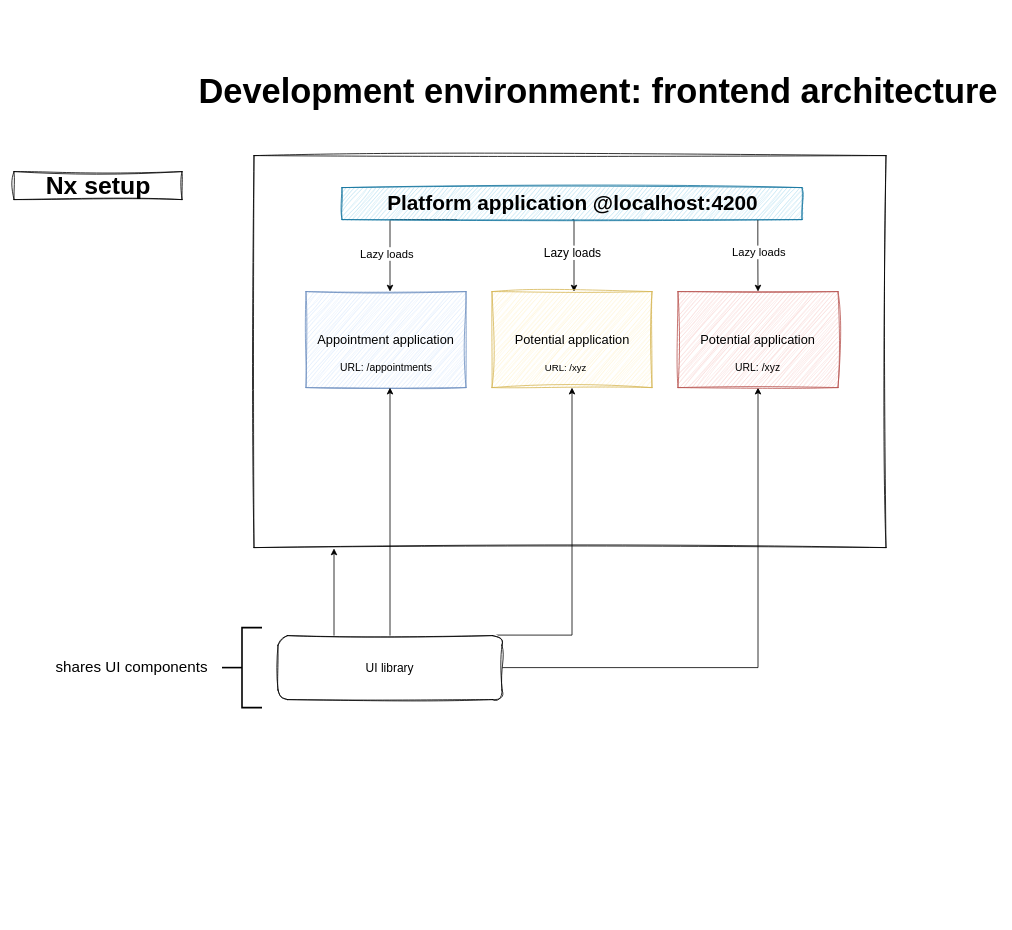
Eliasdb/eDB keeps this draw.io diagram as diagrams/frontend-setup.drawio. Above is the earlier version. Source tidied: cells renumbered, new cells numbered last; positions are measured from the earlier drawing's top-left corner, leaving out a move shared by most shapes. Both pictures are drawn from the tidied source at 80%, with x=0, y=0 at pixel (14, 75).
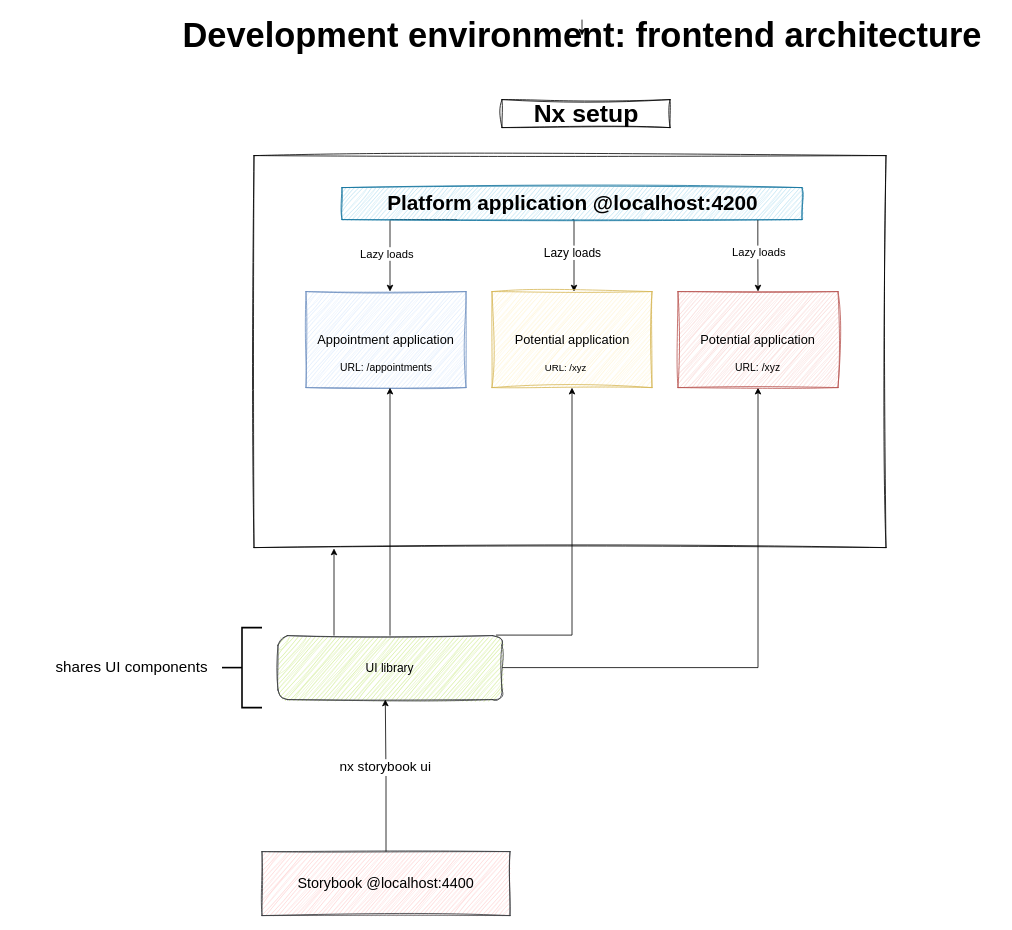
Above is the later version.

Commit message:
added storybook to architecture diagram

Diff of the diagram source:
```diff
@@
+    <mxCell id="25" style="edgeStyle=orthogonalEdgeStyle;rounded=0;jettySize=auto;html=1;exitX=0.5;exitY=0;exitDx=0;exitDy=0;" parent="1" edge="1" source="3">
+      <mxGeometry relative="1" as="geometry">
+        <mxPoint x="710" y="-50" as="targetPoint" />
+      </mxGeometry>
+    </mxCell>
     <mxCell id="3" value="&lt;span style=&quot;font-size: 43px;&quot;&gt;Development environment: frontend architecture&lt;/span&gt;" style="text;strokeColor=none;fillColor=none;html=1;fontSize=24;fontStyle=1;verticalAlign=middle;align=center;" parent="1" vertex="1">
-      <mxGeometry x="230" width="1000" height="40" as="geometry" />
+      <mxGeometry x="210" y="-70" width="1000" height="40" as="geometry" />
     </mxCell>
@@
-    <mxCell id="12" value="&lt;font style=&quot;font-size: 15px;&quot;&gt;UI library&lt;/font&gt;" style="rounded=1;whiteSpace=wrap;html=1;sketch=1;curveFitting=1;jiggle=2;" parent="1" vertex="1">
+    <mxCell id="12" value="&lt;font style=&quot;font-size: 15px;&quot;&gt;UI library&lt;/font&gt;" style="rounded=1;whiteSpace=wrap;html=1;sketch=1;curveFitting=1;jiggle=2;fillColor=#cdeb8b;strokeColor=#36393d;" parent="1" vertex="1">
       <mxGeometry x="330" y="700" width="280" height="80" as="geometry" />
     </mxCell>
@@
     <mxCell id="24" value="&lt;font style=&quot;font-size: 31px;&quot;&gt;Nx setup&lt;/font&gt;" style="text;strokeColor=default;fillColor=none;html=1;fontSize=24;fontStyle=1;verticalAlign=middle;align=center;rounded=0;sketch=1;curveFitting=1;jiggle=2;" parent="1" vertex="1">
-      <mxGeometry y="120" width="210" height="35" as="geometry" />
+      <mxGeometry x="610" y="30" width="210" height="35" as="geometry" />
     </mxCell>
+    <mxCell id="26" value="&lt;font style=&quot;font-size: 18px;&quot;&gt;Storybook @localhost:4400&lt;/font&gt;" style="rounded=0;whiteSpace=wrap;html=1;sketch=1;curveFitting=1;jiggle=2;fillColor=#ffcccc;strokeColor=#36393d;" parent="1" vertex="1">
+      <mxGeometry x="310" y="970" width="310" height="80" as="geometry" />
+    </mxCell>
+    <mxCell id="27" style="edgeStyle=orthogonalEdgeStyle;rounded=0;jettySize=auto;html=1;entryX=0.479;entryY=0.998;entryDx=0;entryDy=0;entryPerimeter=0;" parent="1" edge="1" source="26" target="12">
+      <mxGeometry relative="1" as="geometry" />
+    </mxCell>
+    <mxCell id="28" value="&lt;font style=&quot;font-size: 17px;&quot;&gt;nx storybook ui&lt;/font&gt;" style="edgeLabel;html=1;align=center;verticalAlign=middle;" parent="27" vertex="1">
+      <mxGeometry x="0.11" y="1" relative="1" as="geometry" />
+    </mxCell>
```
